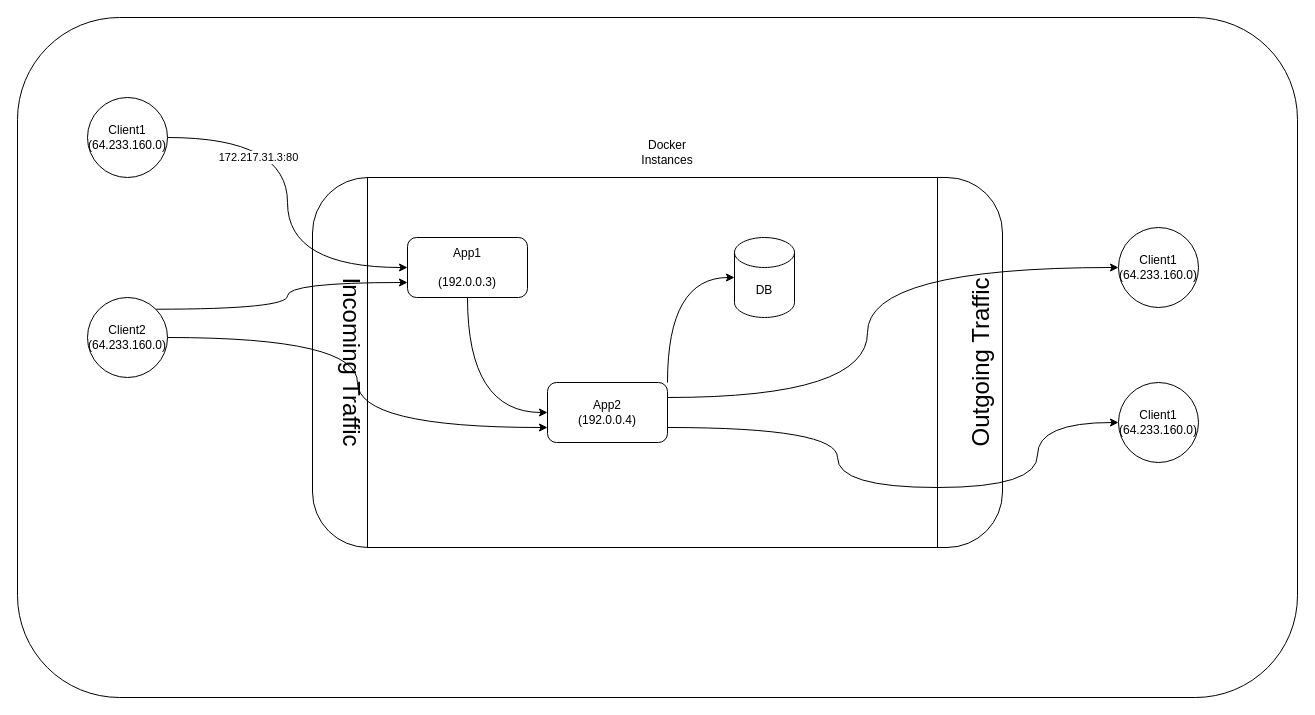
vladtf/containerization-tool keeps this draw.io diagram as analysis/drawio/traffic-page-mockup.drawio. Above is the earlier version. Source tidied: cells renumbered, new cells numbered last; positions are measured from the earlier drawing's top-left corner, leaving out a move shared by most shapes. Both pictures are drawn from the tidied source at 100%, with x=0, y=0 at pixel (17, 17).
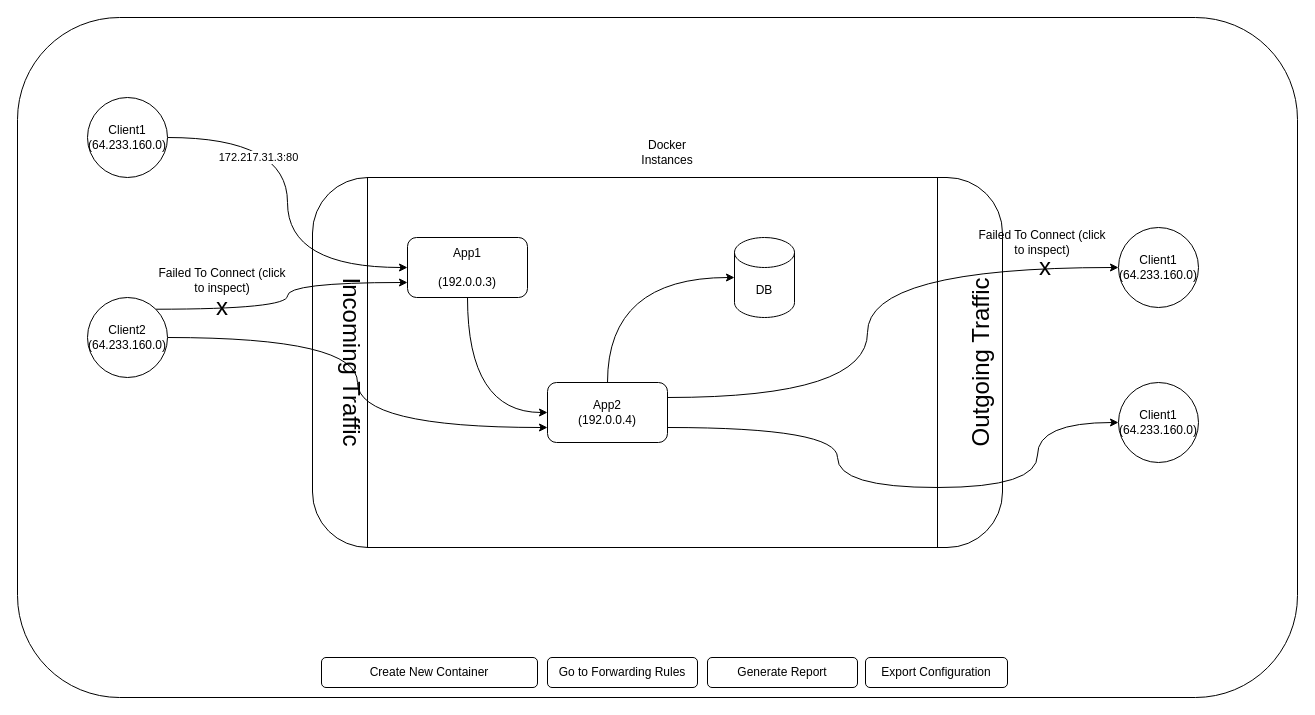
After the change.

The change refers to these unchanged cells:
```xml
<mxCell id="15" value="App2&lt;br&gt;(192.0.0.4)" style="rounded=1;whiteSpace=wrap;html=1;" parent="1" vertex="1">
  <mxGeometry x="530" y="365" width="120" height="60" as="geometry" />
</mxCell>
<mxCell id="16" value="DB" style="shape=cylinder3;whiteSpace=wrap;html=1;boundedLbl=1;backgroundOutline=1;size=15;" parent="1" vertex="1">
  <mxGeometry x="717" y="220" width="60" height="80" as="geometry" />
</mxCell>
```

Change to the diagram source:
```diff
@@
+    <mxCell id="22" value="Failed To Connect (click to inspect)" style="text;html=1;strokeColor=none;fillColor=none;align=center;verticalAlign=middle;whiteSpace=wrap;rounded=0;" parent="1" vertex="1">
+      <mxGeometry x="960" y="185" width="130" height="80" as="geometry" />
+    </mxCell>
@@
-    <mxCell id="12" style="edgeStyle=orthogonalEdgeStyle;rounded=0;jettySize=auto;html=1;exitX=1;exitY=0;exitDx=0;exitDy=0;entryX=0;entryY=0.5;entryDx=0;entryDy=0;entryPerimeter=0;curved=1;" parent="1" edge="1" source="15" target="16">
+    <mxCell id="12" style="edgeStyle=orthogonalEdgeStyle;rounded=0;jettySize=auto;html=1;exitX=0.5;exitY=0;exitDx=0;exitDy=0;entryX=0;entryY=0.5;entryDx=0;entryDy=0;entryPerimeter=0;curved=1;" parent="1" edge="1" source="15" target="16">
       <mxGeometry relative="1" as="geometry" />
     </mxCell>
@@
+    <mxCell id="23" value="&lt;font style=&quot;font-size: 24px;&quot;&gt;x&lt;/font&gt;" style="text;html=1;strokeColor=none;fillColor=none;align=center;verticalAlign=middle;whiteSpace=wrap;rounded=0;" parent="1" vertex="1">
+      <mxGeometry x="998" y="235" width="60" height="30" as="geometry" />
+    </mxCell>
+    <mxCell id="24" value="Failed To Connect (click to inspect)" style="text;html=1;strokeColor=none;fillColor=none;align=center;verticalAlign=middle;whiteSpace=wrap;rounded=0;" parent="1" vertex="1">
+      <mxGeometry x="140" y="223" width="130" height="80" as="geometry" />
+    </mxCell>
+    <mxCell id="25" value="&lt;font style=&quot;font-size: 24px;&quot;&gt;x&lt;/font&gt;" style="text;html=1;strokeColor=none;fillColor=none;align=center;verticalAlign=middle;whiteSpace=wrap;rounded=0;" parent="1" vertex="1">
+      <mxGeometry x="175" y="275" width="60" height="30" as="geometry" />
+    </mxCell>
+    <mxCell id="26" value="Create New Container" style="rounded=1;whiteSpace=wrap;html=1;" parent="1" vertex="1">
+      <mxGeometry x="304" y="640" width="216" height="30" as="geometry" />
+    </mxCell>
+    <mxCell id="27" value="Generate Report" style="rounded=1;whiteSpace=wrap;html=1;" parent="1" vertex="1">
+      <mxGeometry x="690" y="640" width="150" height="30" as="geometry" />
+    </mxCell>
+    <mxCell id="28" value="Go to Forwarding Rules" style="rounded=1;whiteSpace=wrap;html=1;" parent="1" vertex="1">
+      <mxGeometry x="530" y="640" width="150" height="30" as="geometry" />
+    </mxCell>
+    <mxCell id="29" value="Export Configuration" style="rounded=1;whiteSpace=wrap;html=1;" parent="1" vertex="1">
+      <mxGeometry x="848" y="640" width="142" height="30" as="geometry" />
+    </mxCell>
```
